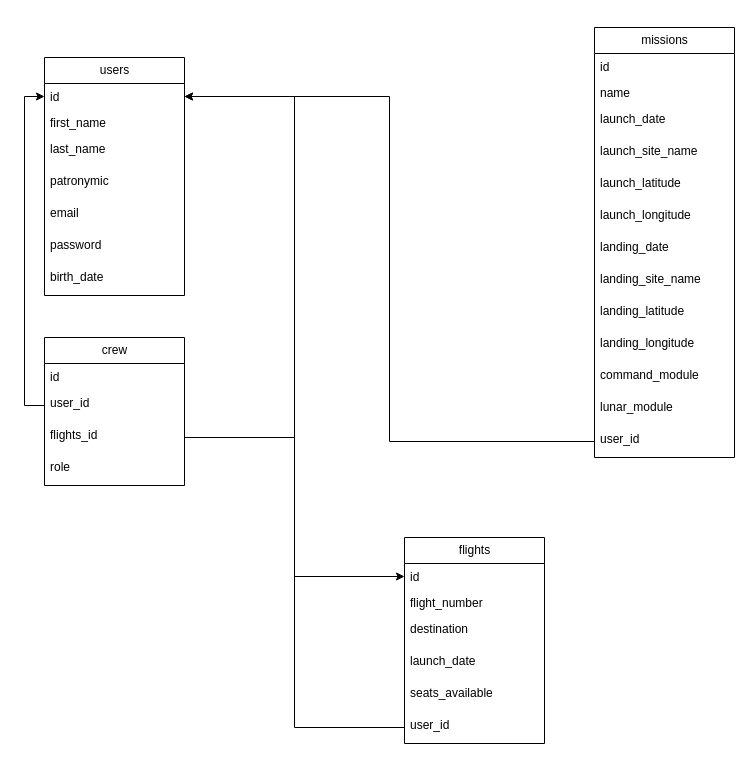
Above: materials/Диаграмма для апи.drawio in Komorif/Api-Laravel10 (draw.io), before the change. Source tidied: cells renumbered, new cells numbered last; positions are measured from the earlier drawing's top-left corner, leaving out a move shared by most shapes. Both pictures are drawn from the tidied source at 100%, with x=0, y=0 at pixel (44, 27).
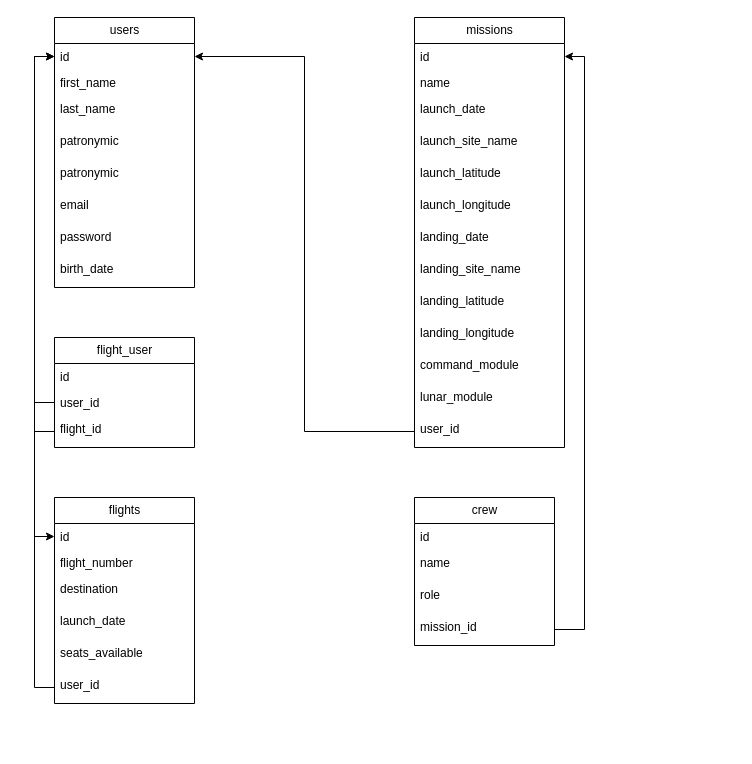
The same diagram, later.

Commit message (it also covers changes not shown here):
Фикс старой диаграммы и добавление новых запросов

The change refers to these unchanged cells:
```xml
<mxCell id="36" value="user_id" style="text;strokeColor=none;fillColor=none;align=left;verticalAlign=top;spacingLeft=4;spacingRight=4;overflow=hidden;points=[[0,0.5],[1,0.5]];portConstraint=eastwest;whiteSpace=wrap;html=1;" parent="30" vertex="1">
  <mxGeometry y="174" width="140" height="32" as="geometry" />
</mxCell>
```

Change to the diagram source:
```diff
@@
     <mxCell id="2" value="users" style="swimlane;fontStyle=0;horizontal=1;startSize=26;fillColor=none;html=1;" parent="1" vertex="1">
-      <mxGeometry y="30" width="140" height="238" as="geometry" />
+      <mxGeometry x="10" y="-10" width="140" height="270" as="geometry" />
     </mxCell>
-    <mxCell id="3" value="id" style="text;strokeColor=none;fillColor=none;align=left;verticalAlign=top;spacingLeft=4;spacingRight=4;overflow=hidden;points=[[0,0.5],[1,0.5]];portConstraint=eastwest;whiteSpace=wrap;html=1;" parent="2" vertex="1">
-      <mxGeometry y="26" width="140" height="26" as="geometry" />
-    </mxCell>
+    <mxCell id="40" value="id" style="text;strokeColor=none;fillColor=none;align=left;verticalAlign=top;spacingLeft=4;spacingRight=4;overflow=hidden;points=[[0,0.5],[1,0.5]];portConstraint=eastwest;whiteSpace=wrap;html=1;" parent="2" vertex="1">
+      <mxGeometry y="26" width="140" height="26" as="geometry" />
+    </mxCell>
@@
+    <mxCell id="41" value="patronymic" style="text;strokeColor=none;fillColor=none;align=left;verticalAlign=top;spacingLeft=4;spacingRight=4;overflow=hidden;whiteSpace=wrap;html=1;" parent="2" vertex="1">
+      <mxGeometry y="142" width="140" height="32" as="geometry" />
+    </mxCell>
     <mxCell id="7" value="email" style="text;strokeColor=none;fillColor=none;align=left;verticalAlign=top;spacingLeft=4;spacingRight=4;overflow=hidden;whiteSpace=wrap;html=1;" parent="2" vertex="1">
-      <mxGeometry y="142" width="140" height="32" as="geometry" />
+      <mxGeometry y="174" width="140" height="32" as="geometry" />
     </mxCell>
     <mxCell id="8" value="password" style="text;strokeColor=none;fillColor=none;align=left;verticalAlign=top;spacingLeft=4;spacingRight=4;overflow=hidden;whiteSpace=wrap;html=1;" parent="2" vertex="1">
-      <mxGeometry y="174" width="140" height="32" as="geometry" />
+      <mxGeometry y="206" width="140" height="32" as="geometry" />
     </mxCell>
     <mxCell id="9" value="birth_date" style="text;strokeColor=none;fillColor=none;align=left;verticalAlign=top;spacingLeft=4;spacingRight=4;overflow=hidden;whiteSpace=wrap;html=1;" parent="2" vertex="1">
-      <mxGeometry y="206" width="140" height="32" as="geometry" />
+      <mxGeometry y="238" width="140" height="32" as="geometry" />
     </mxCell>
     <mxCell id="10" value="crew" style="swimlane;fontStyle=0;horizontal=1;startSize=26;fillColor=none;html=1;" parent="1" vertex="1">
-      <mxGeometry y="310" width="140" height="148" as="geometry" />
+      <mxGeometry x="370" y="470" width="140" height="148" as="geometry" />
     </mxCell>
-    <mxCell id="11" value="id" style="text;strokeColor=none;fillColor=none;align=left;verticalAlign=top;spacingLeft=4;spacingRight=4;overflow=hidden;whiteSpace=wrap;html=1;" parent="10" vertex="1">
-      <mxGeometry y="26" width="140" height="26" as="geometry" />
-    </mxCell>
-    <mxCell id="12" value="user_id" style="text;strokeColor=none;fillColor=none;align=left;verticalAlign=top;spacingLeft=4;spacingRight=4;overflow=hidden;points=[[0,0.5],[1,0.5]];portConstraint=eastwest;whiteSpace=wrap;html=1;" parent="10" vertex="1">
-      <mxGeometry y="52" width="140" height="32" as="geometry" />
-    </mxCell>
-    <mxCell id="13" value="flights_id" style="text;strokeColor=none;fillColor=none;align=left;verticalAlign=top;spacingLeft=4;spacingRight=4;overflow=hidden;points=[[0,0.5],[1,0.5]];portConstraint=eastwest;whiteSpace=wrap;html=1;" parent="10" vertex="1">
-      <mxGeometry y="84" width="140" height="32" as="geometry" />
-    </mxCell>
+    <mxCell id="42" value="id" style="text;strokeColor=none;fillColor=none;align=left;verticalAlign=top;spacingLeft=4;spacingRight=4;overflow=hidden;whiteSpace=wrap;html=1;" parent="10" vertex="1">
+      <mxGeometry y="26" width="140" height="26" as="geometry" />
+    </mxCell>
+    <mxCell id="43" value="name" style="text;strokeColor=none;fillColor=none;align=left;verticalAlign=top;spacingLeft=4;spacingRight=4;overflow=hidden;whiteSpace=wrap;html=1;" parent="10" vertex="1">
+      <mxGeometry y="52" width="140" height="32" as="geometry" />
+    </mxCell>
     <mxCell id="14" value="role" style="text;strokeColor=none;fillColor=none;align=left;verticalAlign=top;spacingLeft=4;spacingRight=4;overflow=hidden;whiteSpace=wrap;html=1;" parent="10" vertex="1">
-      <mxGeometry y="116" width="140" height="32" as="geometry" />
+      <mxGeometry y="84" width="140" height="32" as="geometry" />
     </mxCell>
-    <mxCell id="15" style="edgeStyle=orthogonalEdgeStyle;rounded=0;jettySize=auto;html=1;entryX=0;entryY=0.5;entryDx=0;entryDy=0;" parent="1" edge="1" source="12" target="3">
-      <mxGeometry relative="1" as="geometry" />
-    </mxCell>
+    <mxCell id="44" value="mission_id" style="text;strokeColor=none;fillColor=none;align=left;verticalAlign=top;spacingLeft=4;spacingRight=4;overflow=hidden;points=[[0,0.5],[1,0.5]];portConstraint=eastwest;whiteSpace=wrap;html=1;" parent="10" vertex="1">
+      <mxGeometry y="116" width="140" height="32" as="geometry" />
+    </mxCell>
     <mxCell id="16" value="missions" style="swimlane;fontStyle=0;horizontal=1;startSize=26;fillColor=none;html=1;" parent="1" vertex="1">
-      <mxGeometry x="550" width="140" height="430" as="geometry" />
+      <mxGeometry x="370" y="-10" width="150" height="430" as="geometry" />
     </mxCell>
-    <mxCell id="17" value="id" style="text;strokeColor=none;fillColor=none;align=left;verticalAlign=top;spacingLeft=4;spacingRight=4;overflow=hidden;whiteSpace=wrap;html=1;" parent="16" vertex="1">
-      <mxGeometry y="26" width="140" height="26" as="geometry" />
-    </mxCell>
-    <mxCell id="18" value="name" style="text;strokeColor=none;fillColor=none;align=left;verticalAlign=top;spacingLeft=4;spacingRight=4;overflow=hidden;whiteSpace=wrap;html=1;" parent="16" vertex="1">
-      <mxGeometry y="52" width="140" height="26" as="geometry" />
-    </mxCell>
+    <mxCell id="45" value="id" style="text;strokeColor=none;fillColor=none;align=left;verticalAlign=top;spacingLeft=4;spacingRight=4;overflow=hidden;points=[[0,0.5],[1,0.5]];portConstraint=eastwest;whiteSpace=wrap;html=1;" parent="16" vertex="1">
+      <mxGeometry y="26" width="150" height="26" as="geometry" />
+    </mxCell>
+    <mxCell id="46" value="name" style="text;strokeColor=none;fillColor=none;align=left;verticalAlign=top;spacingLeft=4;spacingRight=4;overflow=hidden;whiteSpace=wrap;html=1;" parent="16" vertex="1">
+      <mxGeometry y="52" width="150" height="26" as="geometry" />
+    </mxCell>
     <mxCell id="19" value="launch_date" style="text;strokeColor=none;fillColor=none;align=left;verticalAlign=top;spacingLeft=4;spacingRight=4;overflow=hidden;whiteSpace=wrap;html=1;" parent="16" vertex="1">
-      <mxGeometry y="78" width="140" height="32" as="geometry" />
+      <mxGeometry y="78" width="150" height="32" as="geometry" />
     </mxCell>
     <mxCell id="20" value="launch_site_name" style="text;strokeColor=none;fillColor=none;align=left;verticalAlign=top;spacingLeft=4;spacingRight=4;overflow=hidden;whiteSpace=wrap;html=1;" parent="16" vertex="1">
-      <mxGeometry y="110" width="140" height="32" as="geometry" />
+      <mxGeometry y="110" width="150" height="32" as="geometry" />
     </mxCell>
     <mxCell id="21" value="launch_latitude" style="text;strokeColor=none;fillColor=none;align=left;verticalAlign=top;spacingLeft=4;spacingRight=4;overflow=hidden;whiteSpace=wrap;html=1;" parent="16" vertex="1">
-      <mxGeometry y="142" width="140" height="32" as="geometry" />
+      <mxGeometry y="142" width="150" height="32" as="geometry" />
     </mxCell>
     <mxCell id="22" value="launch_longitude" style="text;strokeColor=none;fillColor=none;align=left;verticalAlign=top;spacingLeft=4;spacingRight=4;overflow=hidden;whiteSpace=wrap;html=1;" parent="16" vertex="1">
-      <mxGeometry y="174" width="140" height="32" as="geometry" />
+      <mxGeometry y="174" width="150" height="32" as="geometry" />
     </mxCell>
     <mxCell id="23" value="landing_date" style="text;strokeColor=none;fillColor=none;align=left;verticalAlign=top;spacingLeft=4;spacingRight=4;overflow=hidden;whiteSpace=wrap;html=1;" parent="16" vertex="1">
-      <mxGeometry y="206" width="140" height="32" as="geometry" />
+      <mxGeometry y="206" width="150" height="32" as="geometry" />
     </mxCell>
     <mxCell id="24" value="landing_site_name" style="text;strokeColor=none;fillColor=none;align=left;verticalAlign=top;spacingLeft=4;spacingRight=4;overflow=hidden;whiteSpace=wrap;html=1;" parent="16" vertex="1">
-      <mxGeometry y="238" width="140" height="32" as="geometry" />
+      <mxGeometry y="238" width="150" height="32" as="geometry" />
     </mxCell>
     <mxCell id="25" value="landing_latitude" style="text;strokeColor=none;fillColor=none;align=left;verticalAlign=top;spacingLeft=4;spacingRight=4;overflow=hidden;whiteSpace=wrap;html=1;" parent="16" vertex="1">
-      <mxGeometry y="270" width="140" height="32" as="geometry" />
+      <mxGeometry y="270" width="150" height="32" as="geometry" />
     </mxCell>
     <mxCell id="26" value="landing_longitude" style="text;strokeColor=none;fillColor=none;align=left;verticalAlign=top;spacingLeft=4;spacingRight=4;overflow=hidden;whiteSpace=wrap;html=1;" parent="16" vertex="1">
-      <mxGeometry y="302" width="140" height="32" as="geometry" />
+      <mxGeometry y="302" width="150" height="32" as="geometry" />
     </mxCell>
     <mxCell id="27" value="command_module" style="text;strokeColor=none;fillColor=none;align=left;verticalAlign=top;spacingLeft=4;spacingRight=4;overflow=hidden;whiteSpace=wrap;html=1;" parent="16" vertex="1">
-      <mxGeometry y="334" width="140" height="32" as="geometry" />
+      <mxGeometry y="334" width="150" height="32" as="geometry" />
     </mxCell>
     <mxCell id="28" value="lunar_module" style="text;strokeColor=none;fillColor=none;align=left;verticalAlign=top;spacingLeft=4;spacingRight=4;overflow=hidden;whiteSpace=wrap;html=1;" parent="16" vertex="1">
-      <mxGeometry y="366" width="140" height="32" as="geometry" />
+      <mxGeometry y="366" width="150" height="32" as="geometry" />
     </mxCell>
-    <mxCell id="29" value="user_id" style="text;strokeColor=none;fillColor=none;align=left;verticalAlign=top;spacingLeft=4;spacingRight=4;overflow=hidden;points=[[0,0.5],[1,0.5]];portConstraint=eastwest;whiteSpace=wrap;html=1;" parent="16" vertex="1">
-      <mxGeometry y="398" width="140" height="32" as="geometry" />
-    </mxCell>
+    <mxCell id="47" value="user_id" style="text;strokeColor=none;fillColor=none;align=left;verticalAlign=top;spacingLeft=4;spacingRight=4;overflow=hidden;points=[[0,0.5],[1,0.5]];portConstraint=eastwest;whiteSpace=wrap;html=1;" parent="16" vertex="1">
+      <mxGeometry y="398" width="150" height="32" as="geometry" />
+    </mxCell>
     <mxCell id="30" value="flights" style="swimlane;fontStyle=0;horizontal=1;startSize=26;fillColor=none;html=1;" parent="1" vertex="1">
-      <mxGeometry x="360" y="510" width="140" height="206" as="geometry" />
+      <mxGeometry x="10" y="470" width="140" height="206" as="geometry" />
     </mxCell>
-    <mxCell id="31" value="id" style="text;strokeColor=none;fillColor=none;align=left;verticalAlign=top;spacingLeft=4;spacingRight=4;overflow=hidden;points=[[0,0.5],[1,0.5]];portConstraint=eastwest;whiteSpace=wrap;html=1;" parent="30" vertex="1">
-      <mxGeometry y="26" width="140" height="26" as="geometry" />
-    </mxCell>
+    <mxCell id="48" value="id" style="text;strokeColor=none;fillColor=none;align=left;verticalAlign=top;spacingLeft=4;spacingRight=4;overflow=hidden;points=[[0,0.5],[1,0.5]];portConstraint=eastwest;whiteSpace=wrap;html=1;" parent="30" vertex="1">
+      <mxGeometry y="26" width="140" height="26" as="geometry" />
+    </mxCell>
@@
-    <mxCell id="37" style="edgeStyle=orthogonalEdgeStyle;rounded=0;jettySize=auto;html=1;entryX=1;entryY=0.5;entryDx=0;entryDy=0;" parent="1" edge="1" source="36" target="3">
-      <mxGeometry relative="1" as="geometry" />
-    </mxCell>
-    <mxCell id="38" style="edgeStyle=orthogonalEdgeStyle;rounded=0;jettySize=auto;html=1;entryX=0;entryY=0.5;entryDx=0;entryDy=0;" parent="1" edge="1" source="13" target="31">
-      <mxGeometry relative="1" as="geometry" />
-    </mxCell>
-    <mxCell id="39" style="edgeStyle=orthogonalEdgeStyle;rounded=0;jettySize=auto;html=1;exitX=0;exitY=0.5;exitDx=0;exitDy=0;entryX=1;entryY=0.5;entryDx=0;entryDy=0;" parent="1" edge="1" source="29" target="3">
-      <mxGeometry relative="1" as="geometry" />
-    </mxCell>
+    <mxCell id="49" value="flight_user" style="swimlane;fontStyle=0;horizontal=1;startSize=26;fillColor=none;html=1;" parent="1" vertex="1">
+      <mxGeometry x="10" y="310" width="140" height="110" as="geometry" />
+    </mxCell>
+    <mxCell id="50" value="id" style="text;strokeColor=none;fillColor=none;align=left;verticalAlign=top;spacingLeft=4;spacingRight=4;overflow=hidden;whiteSpace=wrap;html=1;" parent="49" vertex="1">
+      <mxGeometry y="26" width="140" height="26" as="geometry" />
+    </mxCell>
+    <mxCell id="51" value="user_id" style="text;strokeColor=none;fillColor=none;align=left;verticalAlign=top;spacingLeft=4;spacingRight=4;overflow=hidden;points=[[0,0.5],[1,0.5]];portConstraint=eastwest;whiteSpace=wrap;html=1;" parent="49" vertex="1">
+      <mxGeometry y="52" width="140" height="26" as="geometry" />
+    </mxCell>
+    <mxCell id="52" value="&lt;span style=&quot;text-align: center; text-wrap-mode: nowrap;&quot;&gt;flight_id&lt;/span&gt;" style="text;strokeColor=none;fillColor=none;align=left;verticalAlign=top;spacingLeft=4;spacingRight=4;overflow=hidden;points=[[0,0.5],[1,0.5]];portConstraint=eastwest;whiteSpace=wrap;html=1;" parent="49" vertex="1">
+      <mxGeometry y="78" width="140" height="32" as="geometry" />
+    </mxCell>
+    <mxCell id="53" style="edgeStyle=orthogonalEdgeStyle;rounded=0;jettySize=auto;html=1;entryX=1;entryY=0.5;entryDx=0;entryDy=0;" parent="1" edge="1" source="47" target="40">
+      <mxGeometry relative="1" as="geometry" />
+    </mxCell>
+    <mxCell id="54" style="edgeStyle=orthogonalEdgeStyle;rounded=0;jettySize=auto;html=1;entryX=1;entryY=0.5;entryDx=0;entryDy=0;" parent="1" edge="1" source="44" target="45">
+      <mxGeometry relative="1" as="geometry" />
+    </mxCell>
+    <mxCell id="55" style="edgeStyle=orthogonalEdgeStyle;rounded=0;jettySize=auto;html=1;entryX=0;entryY=0.5;entryDx=0;entryDy=0;" parent="1" edge="1" source="36" target="40">
+      <mxGeometry relative="1" as="geometry" />
+    </mxCell>
+    <mxCell id="56" style="edgeStyle=orthogonalEdgeStyle;rounded=0;jettySize=auto;html=1;exitX=0;exitY=0.5;exitDx=0;exitDy=0;entryX=0;entryY=0.5;entryDx=0;entryDy=0;" parent="1" edge="1" source="51" target="40">
+      <mxGeometry relative="1" as="geometry" />
+    </mxCell>
+    <mxCell id="57" style="edgeStyle=orthogonalEdgeStyle;rounded=0;jettySize=auto;html=1;entryX=0;entryY=0.5;entryDx=0;entryDy=0;" parent="1" edge="1" source="52" target="48">
+      <mxGeometry relative="1" as="geometry" />
+    </mxCell>
```
